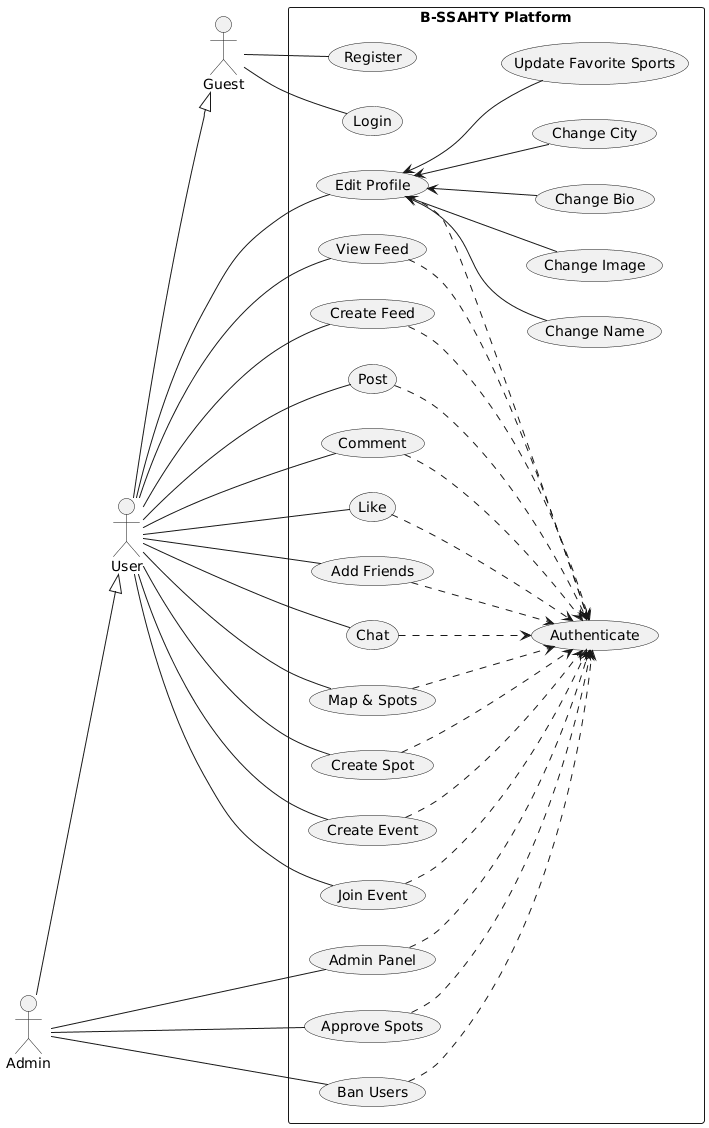
This is uml/usecasegram.png from tSvtok/bsahty, a PlantUML export, as it was before one commit. Its diagram source:
```plantuml
@startuml
left to right direction

actor Guest
actor User
actor Admin

User --|> Guest
Admin --|> User

rectangle "B-SSAHTY Platform" {

  (Register)
  (Login)
  (Authenticate)

  (Edit Profile)
  (Change Name)
  (Change Image)
  (Change Bio)
  (Change City)
  (Update Favorite Sports)

  (View Feed)
  (Create Feed)

  (Post)
  (Comment)
  (Like)

  (Add Friends)
  (Chat)

  (Map & Spots)
  (Create Spot)

  (Create Event)
  (Join Event)

  (Admin Panel)
  (Approve Spots)
  (Ban Users)
}

Guest -- (Register)
Guest -- (Login)

User -- (Edit Profile)
User -- (View Feed)
User -- (Create Feed)
User -- (Post)
User -- (Comment)
User -- (Like)
User -- (Add Friends)
User -- (Chat)
User -- (Map & Spots)
User -- (Create Spot)
User -- (Create Event)
User -- (Join Event)

Admin -- (Admin Panel)
Admin -- (Approve Spots)
Admin -- (Ban Users)

(View Feed) ..> (Authenticate)
(Create Feed) ..> (Authenticate)
(Post) ..> (Authenticate)
(Comment) ..> (Authenticate)
(Like) ..> (Authenticate)
(Add Friends) ..> (Authenticate)
(Chat) ..> (Authenticate)
(Map & Spots) ..> (Authenticate)
(Create Spot) ..> (Authenticate)
(Create Event) ..> (Authenticate)
(Join Event) ..> (Authenticate)
(Admin Panel) ..> (Authenticate)
(Approve Spots) ..> (Authenticate)
(Ban Users) ..> (Authenticate)
(Edit Profile) ..> (Authenticate)

(Edit Profile) <-- (Change Name)
(Edit Profile) <-- (Change Image)
(Edit Profile) <-- (Change Bio)
(Edit Profile) <-- (Change City)
(Edit Profile) <-- (Update Favorite Sports)
@enduml
```
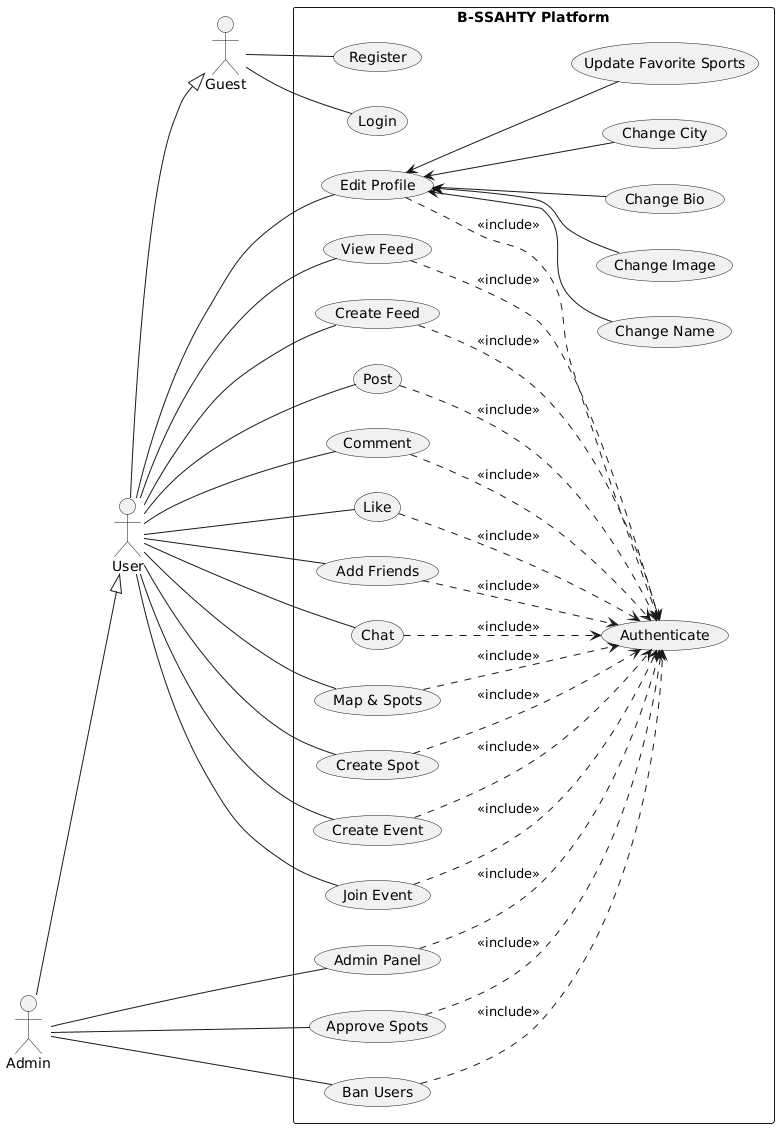
The same file after the commit.

Diff of the diagram source:
```diff
@@ -62,21 +62,21 @@
 Admin -- (Approve Spots)
 Admin -- (Ban Users)
 
-(View Feed) ..> (Authenticate)
-(Create Feed) ..> (Authenticate)
-(Post) ..> (Authenticate)
-(Comment) ..> (Authenticate)
-(Like) ..> (Authenticate)
-(Add Friends) ..> (Authenticate)
-(Chat) ..> (Authenticate)
-(Map & Spots) ..> (Authenticate)
-(Create Spot) ..> (Authenticate)
-(Create Event) ..> (Authenticate)
-(Join Event) ..> (Authenticate)
-(Admin Panel) ..> (Authenticate)
-(Approve Spots) ..> (Authenticate)
-(Ban Users) ..> (Authenticate)
-(Edit Profile) ..> (Authenticate)
+(View Feed) ..> (Authenticate) : <<include>>
+(Create Feed) ..> (Authenticate) : <<include>>
+(Post) ..> (Authenticate) : <<include>>
+(Comment) ..> (Authenticate) : <<include>>
+(Like) ..> (Authenticate) : <<include>>
+(Add Friends) ..> (Authenticate) : <<include>>
+(Chat) ..> (Authenticate) : <<include>>
+(Map & Spots) ..> (Authenticate) : <<include>>
+(Create Spot) ..> (Authenticate) : <<include>>
+(Create Event) ..> (Authenticate) : <<include>>
+(Join Event) ..> (Authenticate) : <<include>>
+(Admin Panel) ..> (Authenticate) : <<include>>
+(Approve Spots) ..> (Authenticate) : <<include>>
+(Ban Users) ..> (Authenticate) : <<include>>
+(Edit Profile) ..> (Authenticate) : <<include>>
 
 (Edit Profile) <-- (Change Name)
 (Edit Profile) <-- (Change Image)
```
